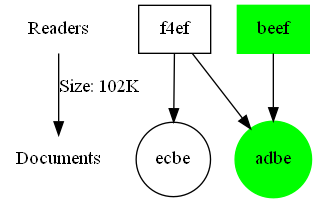
Earlier version of the Graphviz export graph.png (Danielryan98/DataAnalysisTool). Its source is kept beside it as graph.dot.
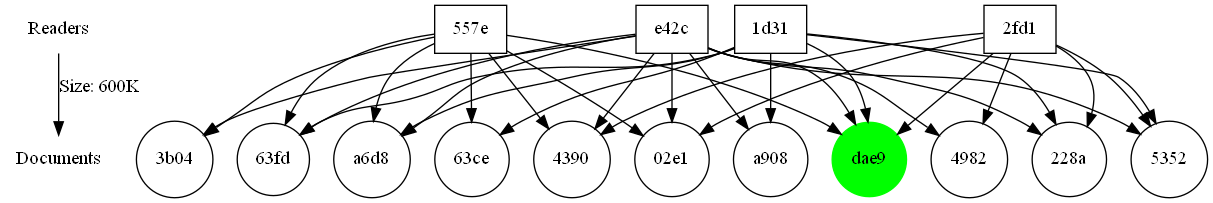
The same diagram one commit later.

The edit, as a diff of the source:
```diff
@@ -1,13 +1,76 @@
 digraph "also likes" {
 	Readers [label=Readers shape=none]
 	Documents [label=Documents shape=none]
-	Readers -> Documents [label="Size: 102K"]
-	adbe [label=adbe color=green shape=circle style=filled]
-	f4ef [label=f4ef shape=box]
-	f4ef -> adbe
-	beef [label=beef color=green shape=box style=filled]
-	beef -> adbe
-	ecbe [label=ecbe shape=circle]
-	f4ef [label=f4ef shape=box]
-	f4ef -> ecbe
+	Readers -> Documents [label="Size: 600K"]
+	dae9 [label=dae9 color=green shape=circle style=filled]
+	e42c [label=e42c shape=box]
+	e42c -> dae9
+	"557e" [label="557e" shape=box]
+	"557e" -> dae9
+	"2fd1" [label="2fd1" shape=box]
+	"2fd1" -> dae9
+	"1d31" [label="1d31" shape=box]
+	"1d31" -> dae9
+	a6d8 [label=a6d8 shape=circle]
+	e42c [label=e42c shape=box]
+	e42c -> a6d8
+	"557e" [label="557e" shape=box]
+	"557e" -> a6d8
+	"1d31" [label="1d31" shape=box]
+	"1d31" -> a6d8
+	"63fd" [label="63fd" shape=circle]
+	e42c [label=e42c shape=box]
+	e42c -> "63fd"
+	"557e" [label="557e" shape=box]
+	"557e" -> "63fd"
+	"1d31" [label="1d31" shape=box]
+	"1d31" -> "63fd"
+	5352 [label=5352 shape=circle]
+	e42c [label=e42c shape=box]
+	e42c -> 5352
+	"2fd1" [label="2fd1" shape=box]
+	"2fd1" -> 5352
+	"1d31" [label="1d31" shape=box]
+	"1d31" -> 5352
+	4390 [label=4390 shape=circle]
+	e42c [label=e42c shape=box]
+	e42c -> 4390
+	"557e" [label="557e" shape=box]
+	"557e" -> 4390
+	"2fd1" [label="2fd1" shape=box]
+	"2fd1" -> 4390
+	"228a" [label="228a" shape=circle]
+	e42c [label=e42c shape=box]
+	e42c -> "228a"
+	"2fd1" [label="2fd1" shape=box]
+	"2fd1" -> "228a"
+	"1d31" [label="1d31" shape=box]
+	"1d31" -> "228a"
+	"02e1" [label="02e1" shape=circle]
+	e42c [label=e42c shape=box]
+	e42c -> "02e1"
+	"557e" [label="557e" shape=box]
+	"557e" -> "02e1"
+	"2fd1" [label="2fd1" shape=box]
+	"2fd1" -> "02e1"
+	a908 [label=a908 shape=circle]
+	e42c [label=e42c shape=box]
+	e42c -> a908
+	"1d31" [label="1d31" shape=box]
+	"1d31" -> a908
+	"63ce" [label="63ce" shape=circle]
+	"557e" [label="557e" shape=box]
+	"557e" -> "63ce"
+	"1d31" [label="1d31" shape=box]
+	"1d31" -> "63ce"
+	4982 [label=4982 shape=circle]
+	e42c [label=e42c shape=box]
+	e42c -> 4982
+	"2fd1" [label="2fd1" shape=box]
+	"2fd1" -> 4982
+	"3b04" [label="3b04" shape=circle]
+	e42c [label=e42c shape=box]
+	e42c -> "3b04"
+	"557e" [label="557e" shape=box]
+	"557e" -> "3b04"
 }
```
